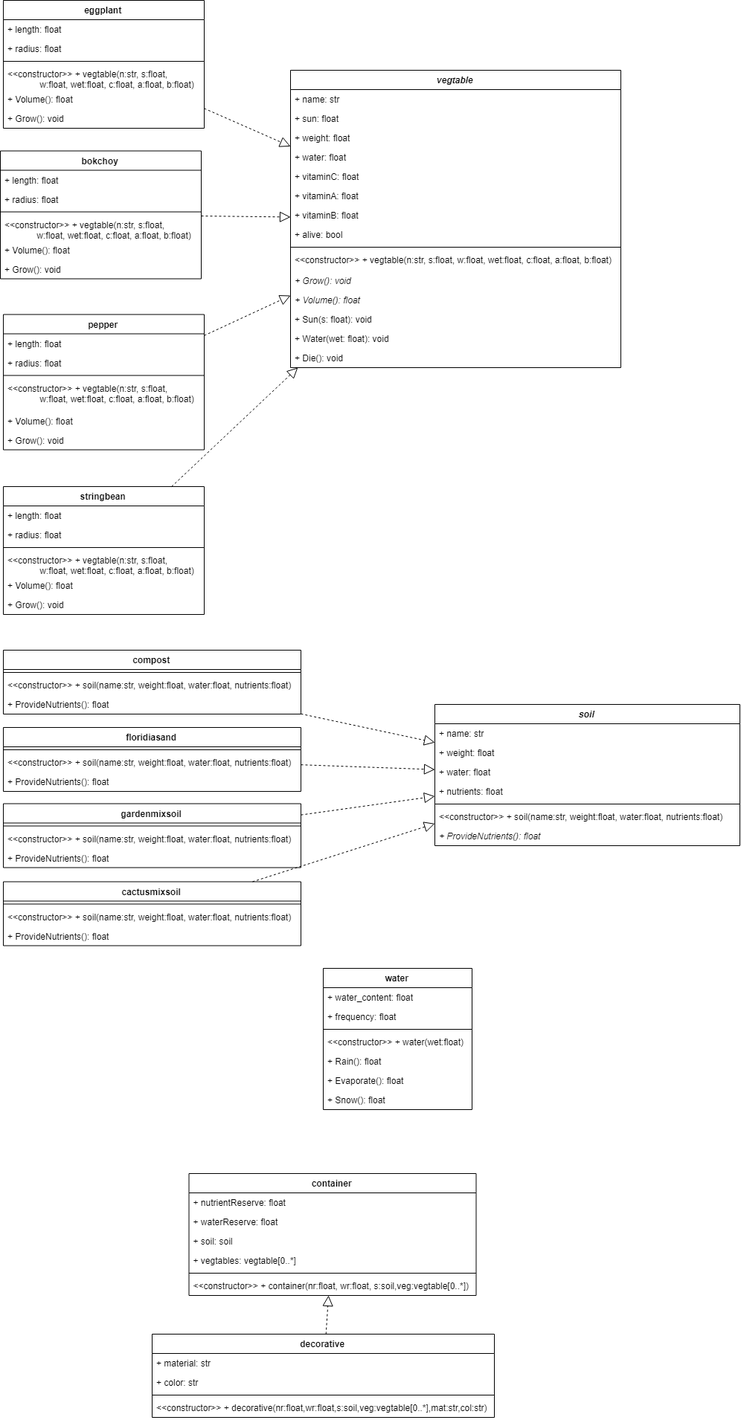
This is images/POTS System Class Diagram.png from IDS6145-Fall2019/assignment1-deamonpog, a draw.io export, as it was before one commit. Source tidied: cells renumbered, new cells last; positions are measured from the earlier drawing's top-left corner, leaving out a move shared by most shapes.
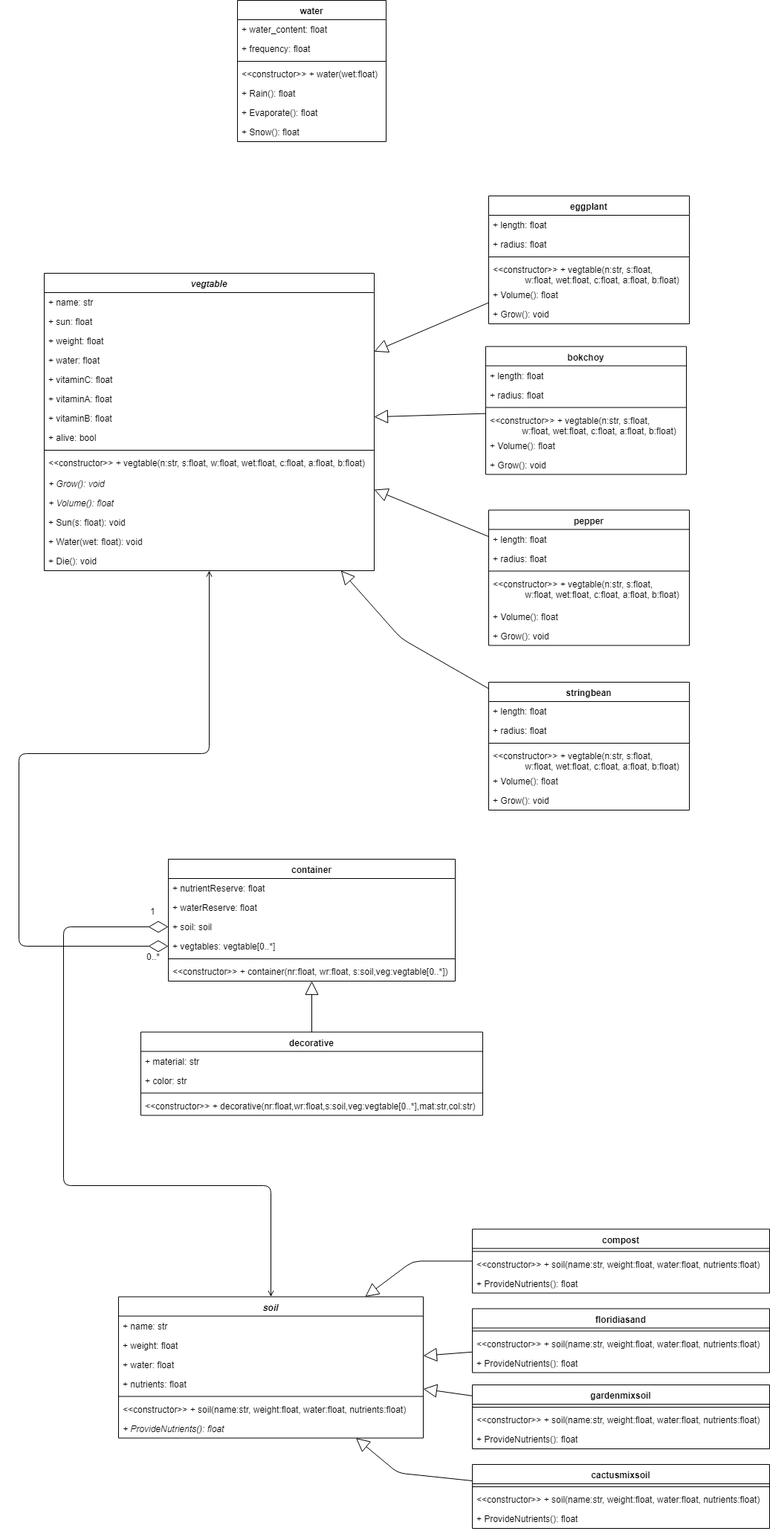
After the commit.

Commit message:
updated the class diagram of POTS with has-a connections

The edit, as a diff of the source:
```diff
@@ -3,7 +3,7 @@
     <mxCell id="0" />
     <mxCell id="1" parent="0" />
     <mxCell id="2" value="bokchoy" style="swimlane;fontStyle=1;align=center;verticalAlign=top;horizontal=1;startSize=26;" parent="1" vertex="1">
-      <mxGeometry y="202.5" width="270" height="172" as="geometry" />
+      <mxGeometry x="648" y="205.5" width="270" height="172" as="geometry" />
     </mxCell>
     <mxCell id="3" value="+ length: float" style="text;strokeColor=none;fillColor=none;align=left;verticalAlign=top;spacingLeft=4;spacingRight=4;overflow=hidden;" parent="2" vertex="1">
       <mxGeometry y="26" width="270" height="26" as="geometry" />
@@ -24,7 +24,7 @@
       <mxGeometry y="146" width="270" height="26" as="geometry" />
     </mxCell>
     <mxCell id="9" value="vegtable" style="swimlane;fontStyle=3;align=center;verticalAlign=top;horizontal=1;startSize=26;" parent="1" vertex="1">
-      <mxGeometry x="390" y="94" width="444" height="400" as="geometry" />
+      <mxGeometry x="54" y="107" width="444" height="400" as="geometry" />
     </mxCell>
     <mxCell id="10" value="+ name: str" style="text;strokeColor=none;fillColor=none;align=left;verticalAlign=top;spacingLeft=4;spacingRight=4;overflow=hidden;" parent="9" vertex="1">
       <mxGeometry y="26" width="444" height="26" as="geometry" />
@@ -71,11 +71,8 @@
     <mxCell id="24" value="+ Die(): void" style="text;strokeColor=none;fillColor=none;align=left;verticalAlign=top;spacingLeft=4;spacingRight=4;overflow=hidden;" parent="9" vertex="1">
       <mxGeometry y="374" width="444" height="26" as="geometry" />
     </mxCell>
-    <mxCell id="25" style="endArrow=block;dashed=1;endFill=0;endSize=12;html=1;" parent="1" edge="1" source="2" target="9">
-      <mxGeometry relative="1" as="geometry" />
-    </mxCell>
     <mxCell id="26" value="cactusmixsoil" style="swimlane;fontStyle=1;align=center;verticalAlign=top;horizontal=1;startSize=26;" parent="1" vertex="1">
-      <mxGeometry x="4" y="1185.5" width="400" height="86" as="geometry" />
+      <mxGeometry x="630" y="1709" width="400" height="86" as="geometry" />
     </mxCell>
     <mxCell id="27" style="line;strokeWidth=1;fillColor=none;align=left;verticalAlign=middle;spacingTop=-1;spacingLeft=3;spacingRight=3;labelPosition=right;" parent="26" vertex="1">
       <mxGeometry y="26" width="400" height="8" as="geometry" />
@@ -87,7 +84,7 @@
       <mxGeometry y="60" width="400" height="26" as="geometry" />
     </mxCell>
     <mxCell id="30" value="soil" style="swimlane;fontStyle=3;align=center;verticalAlign=top;horizontal=1;startSize=26;" parent="1" vertex="1">
-      <mxGeometry x="584" y="947" width="410" height="190" as="geometry" />
+      <mxGeometry x="154" y="1483.5" width="410" height="190" as="geometry" />
     </mxCell>
     <mxCell id="31" value="+ name: str" style="text;strokeColor=none;fillColor=none;align=left;verticalAlign=top;spacingLeft=4;spacingRight=4;overflow=hidden;" parent="30" vertex="1">
       <mxGeometry y="26" width="410" height="26" as="geometry" />
@@ -110,11 +107,8 @@
     <mxCell id="37" value="+ ProvideNutrients(): float" style="text;strokeColor=none;fillColor=none;align=left;verticalAlign=top;spacingLeft=4;spacingRight=4;overflow=hidden;fontStyle=2;" parent="30" vertex="1">
       <mxGeometry y="164" width="410" height="26" as="geometry" />
     </mxCell>
-    <mxCell id="38" style="endArrow=block;dashed=1;endFill=0;endSize=12;html=1;" parent="1" edge="1" source="26" target="30">
-      <mxGeometry relative="1" as="geometry" />
-    </mxCell>
     <mxCell id="39" value="compost" style="swimlane;fontStyle=1;align=center;verticalAlign=top;horizontal=1;startSize=26;" parent="1" vertex="1">
-      <mxGeometry x="4" y="874" width="400" height="86" as="geometry" />
+      <mxGeometry x="630" y="1392.5" width="400" height="86" as="geometry" />
     </mxCell>
     <mxCell id="40" style="line;strokeWidth=1;fillColor=none;align=left;verticalAlign=middle;spacingTop=-1;spacingLeft=3;spacingRight=3;labelPosition=right;" parent="39" vertex="1">
       <mxGeometry y="26" width="400" height="8" as="geometry" />
@@ -125,11 +119,8 @@
     <mxCell id="42" value="+ ProvideNutrients(): float" style="text;strokeColor=none;fillColor=none;align=left;verticalAlign=top;spacingLeft=4;spacingRight=4;overflow=hidden;" parent="39" vertex="1">
       <mxGeometry y="60" width="400" height="26" as="geometry" />
     </mxCell>
-    <mxCell id="43" style="endArrow=block;dashed=1;endFill=0;endSize=12;html=1;" parent="1" edge="1" source="39" target="30">
-      <mxGeometry relative="1" as="geometry" />
-    </mxCell>
     <mxCell id="44" value="eggplant" style="swimlane;fontStyle=1;align=center;verticalAlign=top;horizontal=1;startSize=26;" parent="1" vertex="1">
-      <mxGeometry x="4" width="270" height="172" as="geometry" />
+      <mxGeometry x="652" y="3" width="270" height="172" as="geometry" />
     </mxCell>
     <mxCell id="45" value="+ length: float" style="text;strokeColor=none;fillColor=none;align=left;verticalAlign=top;spacingLeft=4;spacingRight=4;overflow=hidden;" parent="44" vertex="1">
       <mxGeometry y="26" width="270" height="26" as="geometry" />
@@ -149,11 +140,8 @@
     <mxCell id="50" value="+ Grow(): void" style="text;strokeColor=none;fillColor=none;align=left;verticalAlign=top;spacingLeft=4;spacingRight=4;overflow=hidden;" parent="44" vertex="1">
       <mxGeometry y="146" width="270" height="26" as="geometry" />
     </mxCell>
-    <mxCell id="51" style="endArrow=block;dashed=1;endFill=0;endSize=12;html=1;" parent="1" edge="1" source="44" target="9">
-      <mxGeometry relative="1" as="geometry" />
-    </mxCell>
     <mxCell id="52" value="floridiasand" style="swimlane;fontStyle=1;align=center;verticalAlign=top;horizontal=1;startSize=26;" parent="1" vertex="1">
-      <mxGeometry x="4" y="978" width="400" height="86" as="geometry" />
+      <mxGeometry x="630" y="1499.5" width="400" height="86" as="geometry" />
     </mxCell>
     <mxCell id="53" style="line;strokeWidth=1;fillColor=none;align=left;verticalAlign=middle;spacingTop=-1;spacingLeft=3;spacingRight=3;labelPosition=right;" parent="52" vertex="1">
       <mxGeometry y="26" width="400" height="8" as="geometry" />
@@ -164,11 +152,8 @@
     <mxCell id="55" value="+ ProvideNutrients(): float" style="text;strokeColor=none;fillColor=none;align=left;verticalAlign=top;spacingLeft=4;spacingRight=4;overflow=hidden;" parent="52" vertex="1">
       <mxGeometry y="60" width="400" height="26" as="geometry" />
     </mxCell>
-    <mxCell id="56" style="endArrow=block;dashed=1;endFill=0;endSize=12;html=1;" parent="1" edge="1" source="52" target="30">
-      <mxGeometry relative="1" as="geometry" />
-    </mxCell>
     <mxCell id="57" value="gardenmixsoil" style="swimlane;fontStyle=1;align=center;verticalAlign=top;horizontal=1;startSize=26;" parent="1" vertex="1">
-      <mxGeometry x="4" y="1080.5" width="400" height="86" as="geometry" />
+      <mxGeometry x="630" y="1602" width="400" height="86" as="geometry" />
     </mxCell>
     <mxCell id="58" style="line;strokeWidth=1;fillColor=none;align=left;verticalAlign=middle;spacingTop=-1;spacingLeft=3;spacingRight=3;labelPosition=right;" parent="57" vertex="1">
       <mxGeometry y="26" width="400" height="8" as="geometry" />
@@ -179,11 +164,8 @@
     <mxCell id="60" value="+ ProvideNutrients(): float" style="text;strokeColor=none;fillColor=none;align=left;verticalAlign=top;spacingLeft=4;spacingRight=4;overflow=hidden;" parent="57" vertex="1">
       <mxGeometry y="60" width="400" height="26" as="geometry" />
     </mxCell>
-    <mxCell id="61" style="endArrow=block;dashed=1;endFill=0;endSize=12;html=1;" parent="1" edge="1" source="57" target="30">
-      <mxGeometry relative="1" as="geometry" />
-    </mxCell>
     <mxCell id="62" value="pepper" style="swimlane;fontStyle=1;align=center;verticalAlign=top;horizontal=1;startSize=26;" parent="1" vertex="1">
-      <mxGeometry x="4" y="422.5" width="270" height="182" as="geometry" />
+      <mxGeometry x="652" y="425.5" width="270" height="182" as="geometry" />
     </mxCell>
     <mxCell id="63" value="+ length: float" style="text;strokeColor=none;fillColor=none;align=left;verticalAlign=top;spacingLeft=4;spacingRight=4;overflow=hidden;" parent="62" vertex="1">
       <mxGeometry y="26" width="270" height="26" as="geometry" />
@@ -203,11 +185,8 @@
     <mxCell id="68" value="+ Grow(): void" style="text;strokeColor=none;fillColor=none;align=left;verticalAlign=top;spacingLeft=4;spacingRight=4;overflow=hidden;" parent="62" vertex="1">
       <mxGeometry y="156" width="270" height="26" as="geometry" />
     </mxCell>
-    <mxCell id="69" style="endArrow=block;dashed=1;endFill=0;endSize=12;html=1;" parent="1" edge="1" source="62" target="9">
-      <mxGeometry relative="1" as="geometry" />
-    </mxCell>
     <mxCell id="70" value="stringbean" style="swimlane;fontStyle=1;align=center;verticalAlign=top;horizontal=1;startSize=26;" parent="1" vertex="1">
-      <mxGeometry x="4" y="654" width="270" height="172" as="geometry" />
+      <mxGeometry x="652" y="657" width="270" height="172" as="geometry" />
     </mxCell>
     <mxCell id="71" value="+ length: float" style="text;strokeColor=none;fillColor=none;align=left;verticalAlign=top;spacingLeft=4;spacingRight=4;overflow=hidden;" parent="70" vertex="1">
       <mxGeometry y="26" width="270" height="26" as="geometry" />
@@ -227,11 +206,8 @@
     <mxCell id="76" value="+ Grow(): void" style="text;strokeColor=none;fillColor=none;align=left;verticalAlign=top;spacingLeft=4;spacingRight=4;overflow=hidden;" parent="70" vertex="1">
       <mxGeometry y="146" width="270" height="26" as="geometry" />
     </mxCell>
-    <mxCell id="77" style="endArrow=block;dashed=1;endFill=0;endSize=12;html=1;" parent="1" edge="1" source="70" target="9">
-      <mxGeometry relative="1" as="geometry" />
-    </mxCell>
     <mxCell id="78" value="water" style="swimlane;fontStyle=1;align=center;verticalAlign=top;horizontal=1;startSize=26;" parent="1" vertex="1">
-      <mxGeometry x="434" y="1302" width="200" height="190" as="geometry" />
+      <mxGeometry x="314" y="-260" width="200" height="190" as="geometry" />
     </mxCell>
     <mxCell id="79" value="+ water_content: float" style="text;strokeColor=none;fillColor=none;align=left;verticalAlign=top;spacingLeft=4;spacingRight=4;overflow=hidden;" parent="78" vertex="1">
       <mxGeometry y="26" width="200" height="26" as="geometry" />
@@ -255,7 +231,7 @@
       <mxGeometry y="164" width="200" height="26" as="geometry" />
     </mxCell>
     <mxCell id="86" value="container" style="swimlane;fontStyle=1;align=center;verticalAlign=top;horizontal=1;startSize=26;" parent="1" vertex="1">
-      <mxGeometry x="253.5" y="1578" width="386" height="164" as="geometry" />
+      <mxGeometry x="221" y="895" width="386" height="164" as="geometry" />
     </mxCell>
     <mxCell id="87" value="+ nutrientReserve: float" style="text;strokeColor=none;fillColor=none;align=left;verticalAlign=top;spacingLeft=4;spacingRight=4;overflow=hidden;" parent="86" vertex="1">
       <mxGeometry y="26" width="386" height="26" as="geometry" />
@@ -276,7 +252,7 @@
       <mxGeometry y="138" width="386" height="26" as="geometry" />
     </mxCell>
     <mxCell id="93" value="decorative" style="swimlane;fontStyle=1;align=center;verticalAlign=top;horizontal=1;startSize=26;" parent="1" vertex="1">
-      <mxGeometry x="204" y="1794" width="460" height="112" as="geometry" />
+      <mxGeometry x="184" y="1127.5" width="460" height="112" as="geometry" />
     </mxCell>
     <mxCell id="94" value="+ material: str" style="text;strokeColor=none;fillColor=none;align=left;verticalAlign=top;spacingLeft=4;spacingRight=4;overflow=hidden;" parent="93" vertex="1">
       <mxGeometry y="26" width="460" height="26" as="geometry" />
@@ -290,8 +266,72 @@
     <mxCell id="97" value="&lt;&lt;constructor&gt;&gt; + decorative(nr:float,wr:float,s:soil,veg:vegtable[0..*],mat:str,col:str)" style="text;strokeColor=none;fillColor=none;align=left;verticalAlign=top;spacingLeft=4;spacingRight=4;overflow=hidden;" parent="93" vertex="1">
       <mxGeometry y="86" width="460" height="26" as="geometry" />
     </mxCell>
-    <mxCell id="98" style="endArrow=block;dashed=1;endFill=0;endSize=12;html=1;" parent="1" edge="1" source="93" target="86">
+    <mxCell id="98" style="endArrow=block;endSize=16;endFill=0;html=1;" parent="1" edge="1" source="93" target="86">
       <mxGeometry relative="1" as="geometry" />
     </mxCell>
+    <mxCell id="43" style="endArrow=block;endSize=16;endFill=0;html=1;" parent="1" edge="1" source="39" target="30">
+      <mxGeometry relative="1" as="geometry">
+        <Array as="points">
+          <mxPoint x="550" y="1435.5" />
+        </Array>
+      </mxGeometry>
+    </mxCell>
+    <mxCell id="56" style="endArrow=block;endSize=16;endFill=0;html=1;" parent="1" edge="1" source="52" target="30">
+      <mxGeometry relative="1" as="geometry" />
+    </mxCell>
+    <mxCell id="38" style="endArrow=block;endSize=16;endFill=0;html=1;" parent="1" edge="1" source="26" target="30">
+      <mxGeometry relative="1" as="geometry">
+        <Array as="points">
+          <mxPoint x="530" y="1720.5" />
+        </Array>
+      </mxGeometry>
+    </mxCell>
+    <mxCell id="61" style="endArrow=block;endSize=16;endFill=0;html=1;" parent="1" edge="1" source="57" target="30">
+      <mxGeometry relative="1" as="geometry" />
+    </mxCell>
+    <mxCell id="51" style="endArrow=block;endSize=16;endFill=0;html=1;" parent="1" edge="1" source="44" target="9">
+      <mxGeometry relative="1" as="geometry" />
+    </mxCell>
+    <mxCell id="25" style="endArrow=block;endSize=16;endFill=0;html=1;" parent="1" edge="1" source="2" target="9">
+      <mxGeometry relative="1" as="geometry" />
+    </mxCell>
+    <mxCell id="69" style="endArrow=block;endSize=16;endFill=0;html=1;" parent="1" edge="1" source="62" target="9">
+      <mxGeometry relative="1" as="geometry" />
+    </mxCell>
+    <mxCell id="77" style="endArrow=block;endSize=16;endFill=0;html=1;" parent="1" edge="1" source="70" target="9">
+      <mxGeometry relative="1" as="geometry">
+        <Array as="points">
+          <mxPoint x="534" y="598" />
+        </Array>
+      </mxGeometry>
+    </mxCell>
+    <mxCell id="99" style="endArrow=diamondThin;endFill=0;endSize=24;html=1;edgeStyle=orthogonalEdgeStyle;entryX=0;entryY=0.5;entryDx=0;entryDy=0;startArrow=open;startFill=0;" parent="1" edge="1" source="30" target="89">
+      <mxGeometry relative="1" as="geometry">
+        <Array as="points">
+          <mxPoint x="373" y="1348" />
+          <mxPoint x="94" y="1348" />
+          <mxPoint x="94" y="1000" />
+        </Array>
+      </mxGeometry>
+    </mxCell>
+    <mxCell id="100" value="1" style="text;html=1;align=center;verticalAlign=middle;labelBackgroundColor=#ffffff;" parent="99" vertex="1">
+      <mxGeometry x="0.97" relative="1" as="geometry">
+        <mxPoint x="-8.5" y="-22" as="offset" />
+      </mxGeometry>
+    </mxCell>
+    <mxCell id="101" style="endArrow=diamondThin;endFill=0;endSize=24;html=1;entryX=0;entryY=0.5;entryDx=0;entryDy=0;edgeStyle=orthogonalEdgeStyle;startArrow=open;startFill=0;" parent="1" edge="1" source="9" target="90">
+      <mxGeometry relative="1" as="geometry">
+        <Array as="points">
+          <mxPoint x="290" y="767" />
+          <mxPoint x="34" y="767" />
+          <mxPoint x="34" y="1026" />
+        </Array>
+      </mxGeometry>
+    </mxCell>
+    <mxCell id="102" value="0..*" style="text;html=1;align=center;verticalAlign=middle;labelBackgroundColor=#ffffff;" parent="101" vertex="1">
+      <mxGeometry x="0.97" y="-2" relative="1" as="geometry">
+        <mxPoint x="-5" y="11" as="offset" />
+      </mxGeometry>
+    </mxCell>
   </root>
 </mxGraphModel>
```
